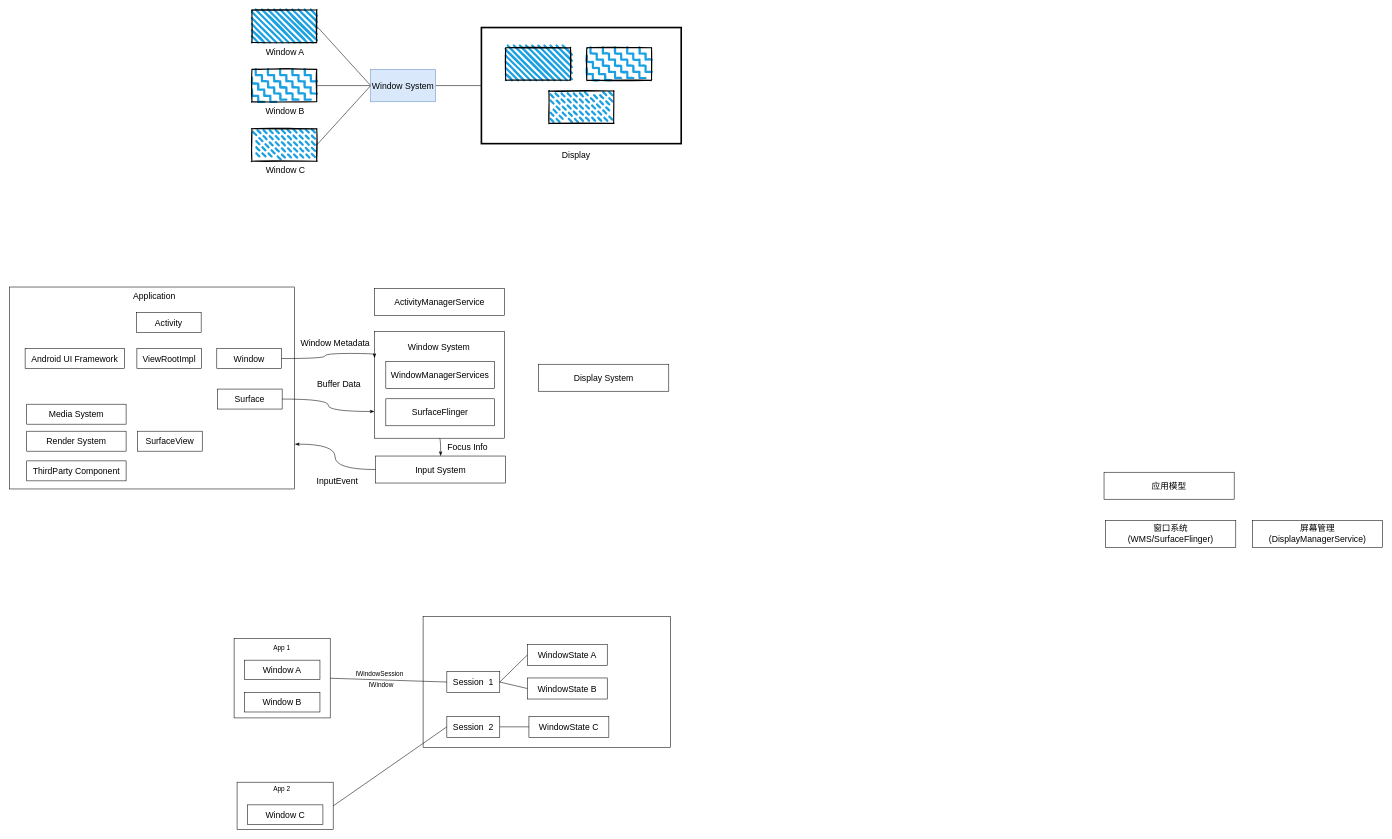
Earlier version of the draw.io diagram articles/pics/Android 窗口系统.drawio (MaJiu/AOSPNote). Source tidied: cells renumbered, new cells numbered last; positions are measured from the earlier drawing's top-left corner, leaving out a move shared by most shapes. Both pictures are drawn from the tidied source at 54%, with x=0, y=0 at pixel (9, 10).
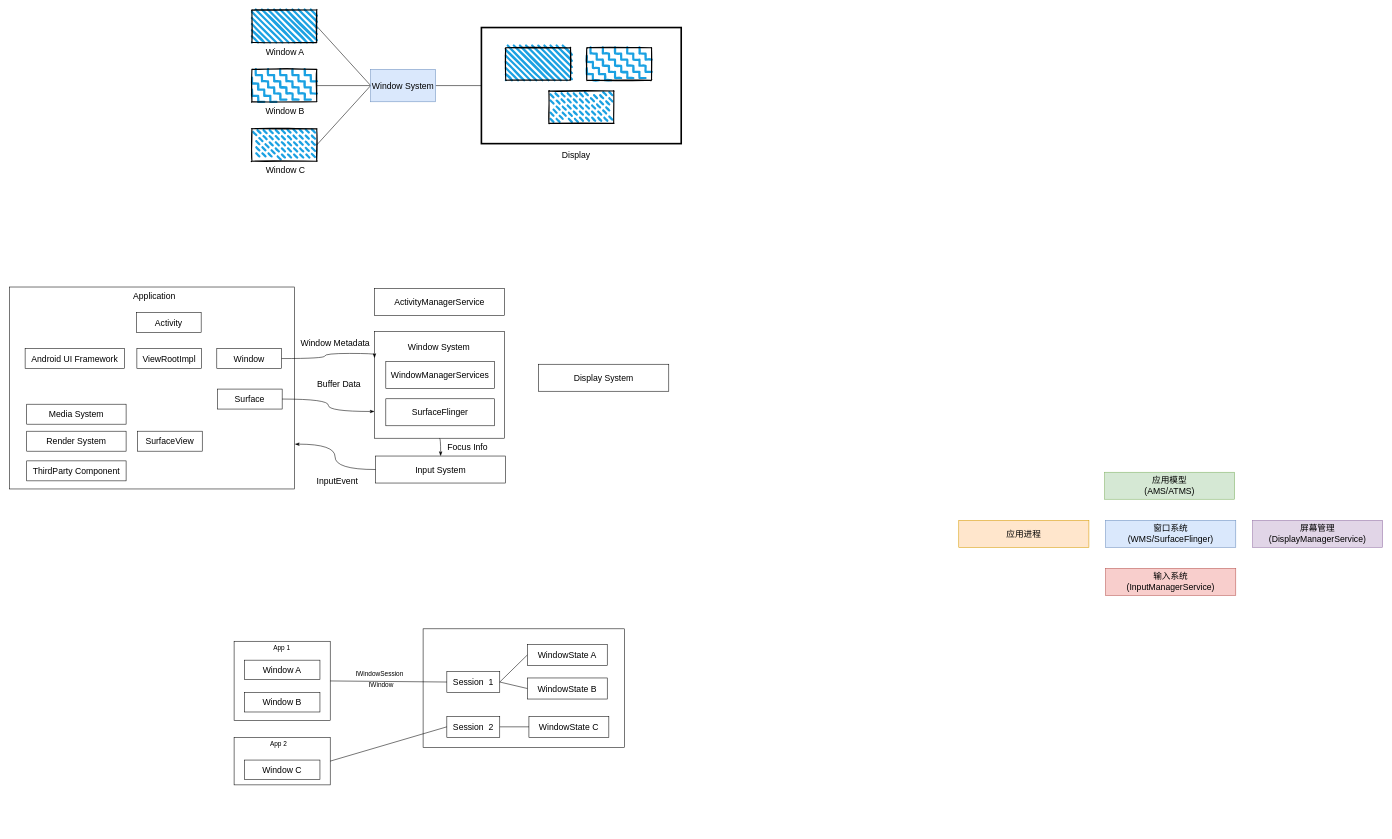
Above is the later version.

Change to the diagram source:
```diff
@@
     <mxCell id="47" value="Window C" style="rounded=0;whiteSpace=wrap;html=1;fillStyle=auto;strokeWidth=1;fontSize=16;fillColor=none;" parent="1" vertex="1">
-      <mxGeometry x="440.5" y="1472" width="140" height="36" as="geometry" />
+      <mxGeometry x="435" y="1389" width="140" height="36" as="geometry" />
     </mxCell>
@@
     <mxCell id="49" style="rounded=0;whiteSpace=wrap;html=1;fillStyle=auto;strokeWidth=1;fontSize=16;fillColor=none;" parent="1" vertex="1">
-      <mxGeometry x="416" y="1164" width="178" height="147" as="geometry" />
+      <mxGeometry x="416" y="1169" width="178" height="147" as="geometry" />
     </mxCell>
@@
     <mxCell id="51" style="rounded=0;whiteSpace=wrap;html=1;fillStyle=auto;strokeWidth=1;fontSize=16;fillColor=none;" parent="1" vertex="1">
-      <mxGeometry x="421.5" y="1430" width="178" height="88" as="geometry" />
+      <mxGeometry x="416" y="1347" width="178" height="88" as="geometry" />
     </mxCell>
@@
     <mxCell id="61" value="App 2" style="text;html=1;align=center;verticalAlign=middle;strokeColor=none;fillColor=none;" parent="1" vertex="1">
-      <mxGeometry x="479" y="1430" width="49" height="26" as="geometry" />
+      <mxGeometry x="473.5" y="1347" width="49" height="26" as="geometry" />
     </mxCell>
     <mxCell id="62" style="rounded=0;whiteSpace=wrap;html=1;fillStyle=auto;strokeWidth=1;fontSize=16;fillColor=none;" parent="1" vertex="1">
-      <mxGeometry x="766" y="1123.5" width="458" height="242" as="geometry" />
+      <mxGeometry x="766" y="1146" width="373" height="219.5" as="geometry" />
     </mxCell>
@@
-    <mxCell id="65" value="屏幕管理&lt;br&gt;(DisplayManagerService)" style="rounded=0;whiteSpace=wrap;html=1;fillStyle=auto;strokeWidth=1;fontSize=16;fillColor=none;" parent="1" vertex="1">
+    <mxCell id="65" value="屏幕管理&lt;br&gt;(DisplayManagerService)" style="rounded=0;whiteSpace=wrap;html=1;fillStyle=auto;strokeWidth=1;fontSize=16;fillColor=#e1d5e7;strokeColor=#9673a6;" parent="1" vertex="1">
       <mxGeometry x="2302" y="945" width="241" height="50" as="geometry" />
     </mxCell>
-    <mxCell id="66" value="窗口系统&lt;br&gt;(WMS/SurfaceFlinger)" style="rounded=0;whiteSpace=wrap;html=1;fillStyle=auto;strokeWidth=1;fontSize=16;fillColor=none;" parent="1" vertex="1">
+    <mxCell id="66" value="窗口系统&lt;br&gt;(WMS/SurfaceFlinger)" style="rounded=0;whiteSpace=wrap;html=1;fillStyle=auto;strokeWidth=1;fontSize=16;fillColor=#dae8fc;strokeColor=#6c8ebf;" parent="1" vertex="1">
       <mxGeometry x="2030" y="945" width="241" height="50" as="geometry" />
     </mxCell>
-    <mxCell id="67" value="应用模型&lt;br&gt;" style="rounded=0;whiteSpace=wrap;html=1;fillStyle=auto;strokeWidth=1;fontSize=16;fillColor=none;" parent="1" vertex="1">
-      <mxGeometry x="2027" y="856" width="241" height="50" as="geometry" />
+    <mxCell id="67" value="应用模型&lt;br&gt;(AMS/ATMS)" style="rounded=0;whiteSpace=wrap;html=1;fillStyle=auto;strokeWidth=1;fontSize=16;fillColor=#d5e8d4;strokeColor=#82b366;" parent="1" vertex="1">
+      <mxGeometry x="2028" y="856" width="241" height="50" as="geometry" />
     </mxCell>
+    <mxCell id="68" value="输入系统&lt;br&gt;(InputManagerService)" style="rounded=0;whiteSpace=wrap;html=1;fillStyle=auto;strokeWidth=1;fontSize=16;fillColor=#f8cecc;strokeColor=#b85450;" parent="1" vertex="1">
+      <mxGeometry x="2030" y="1034" width="241" height="50" as="geometry" />
+    </mxCell>
+    <mxCell id="69" value="应用进程" style="rounded=0;whiteSpace=wrap;html=1;fillStyle=auto;strokeWidth=1;fontSize=16;fillColor=#ffe6cc;strokeColor=#d79b00;" parent="1" vertex="1">
+      <mxGeometry x="1758" y="945" width="241" height="50" as="geometry" />
+    </mxCell>
```
